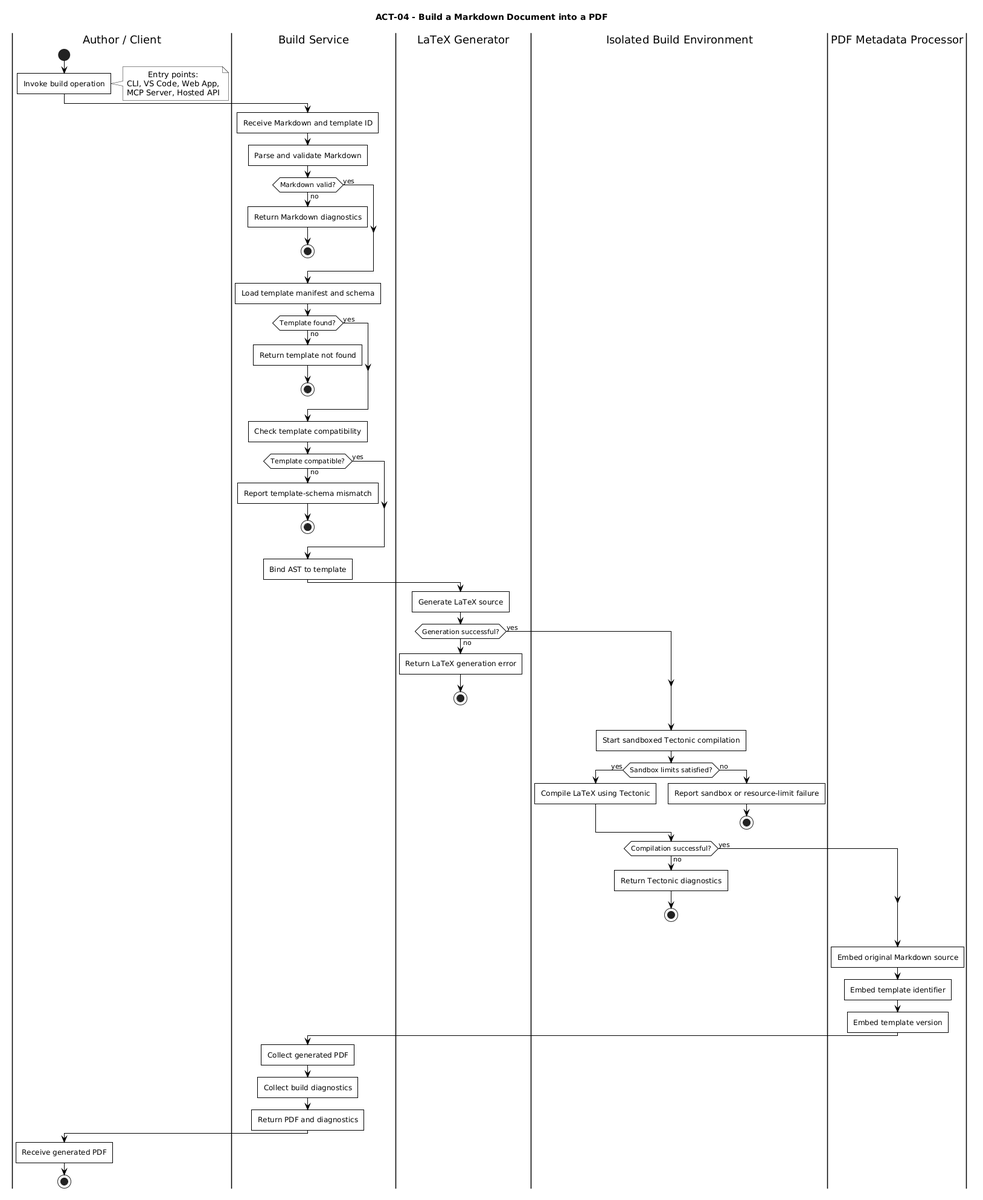
Above: Figures/activity/04-build-pdf.png in Litho-MD/uet-fyp-docs (PlantUML), before the change.
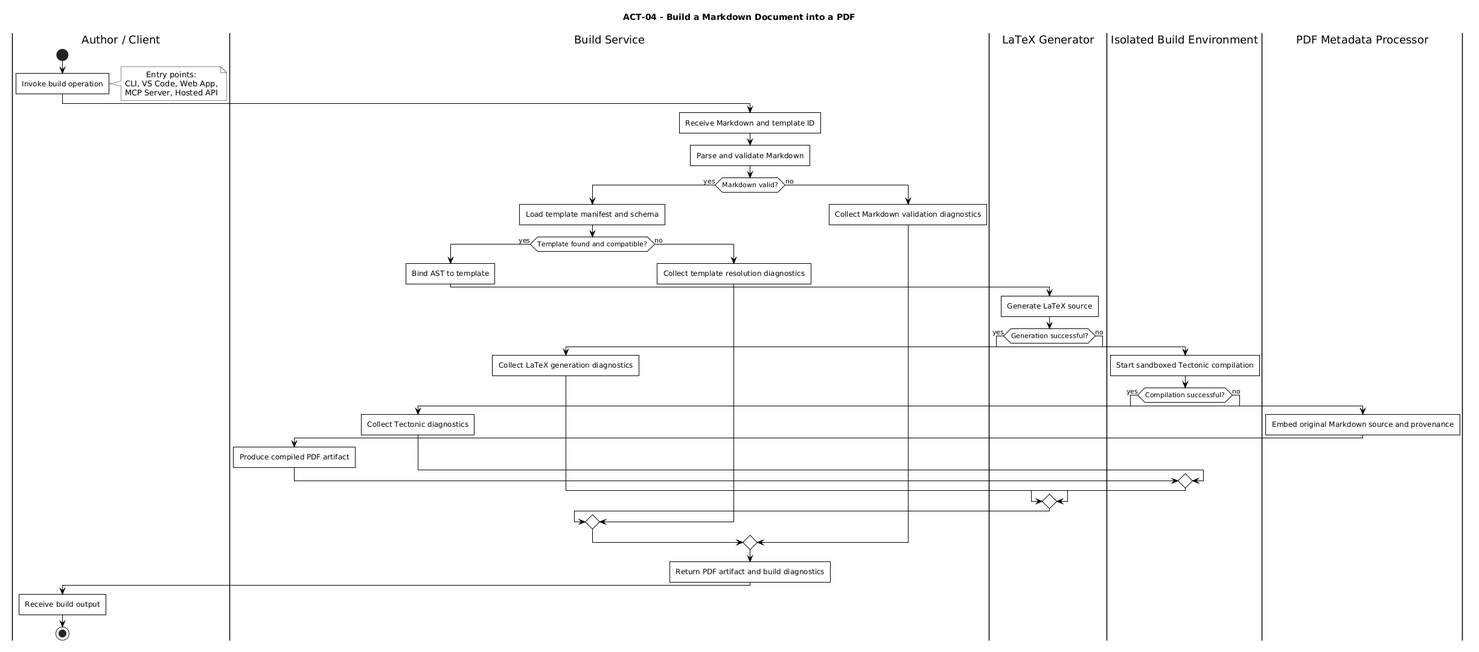
Above is the later version.

The edit, as a diff of the source:
```diff
@@ -30,61 +30,40 @@
 :Receive Markdown and template ID;
 :Parse and validate Markdown;
 if (Markdown valid?) then (yes)
+    :Load template manifest and schema;
+    if (Template found and compatible?) then (yes)
+        :Bind AST to template;
+        |LaTeX Generator|
+        :Generate LaTeX source;
+        if (Generation successful?) then (yes)
+            |Isolated Build Environment|
+            :Start sandboxed Tectonic compilation;
+            if (Compilation successful?) then (yes)
+                |PDF Metadata Processor|
+                :Embed original Markdown source and provenance;
+                |Build Service|
+                :Produce compiled PDF artifact;
+            else (no)
+                |Build Service|
+                :Collect Tectonic diagnostics;
+            endif
+        else (no)
+            |Build Service|
+            :Collect LaTeX generation diagnostics;
+        endif
+    else (no)
+        |Build Service|
+        :Collect template resolution diagnostics;
+    endif
 else (no)
-    :Return Markdown diagnostics;
-    stop
+    |Build Service|
+    :Collect Markdown validation diagnostics;
 endif
 
-:Load template manifest and schema;
-if (Template found?) then (yes)
-else (no)
-    :Return template not found;
-    stop
-endif
-
-:Check template compatibility;
-if (Template compatible?) then (yes)
-else (no)
-    :Report template-schema mismatch;
-    stop
-endif
-
-:Bind AST to template;
-
-|LaTeX Generator|
-:Generate LaTeX source;
-if (Generation successful?) then (yes)
-else (no)
-    :Return LaTeX generation error;
-    stop
-endif
-
-|Isolated Build Environment|
-:Start sandboxed Tectonic compilation;
-if (Sandbox limits satisfied?) then (yes)
-    :Compile LaTeX using Tectonic;
-else (no)
-    :Report sandbox or resource-limit failure;
-    stop
-endif
-
-if (Compilation successful?) then (yes)
-else (no)
-    :Return Tectonic diagnostics;
-    stop
-endif
-
-|PDF Metadata Processor|
-:Embed original Markdown source;
-:Embed template identifier;
-:Embed template version;
-
 |Build Service|
-:Collect generated PDF;
-:Collect build diagnostics;
-:Return PDF and diagnostics;
+:Return PDF artifact and build diagnostics;
 
 |Author / Client|
-:Receive generated PDF;
+:Receive build output;
 stop
 @enduml
```
